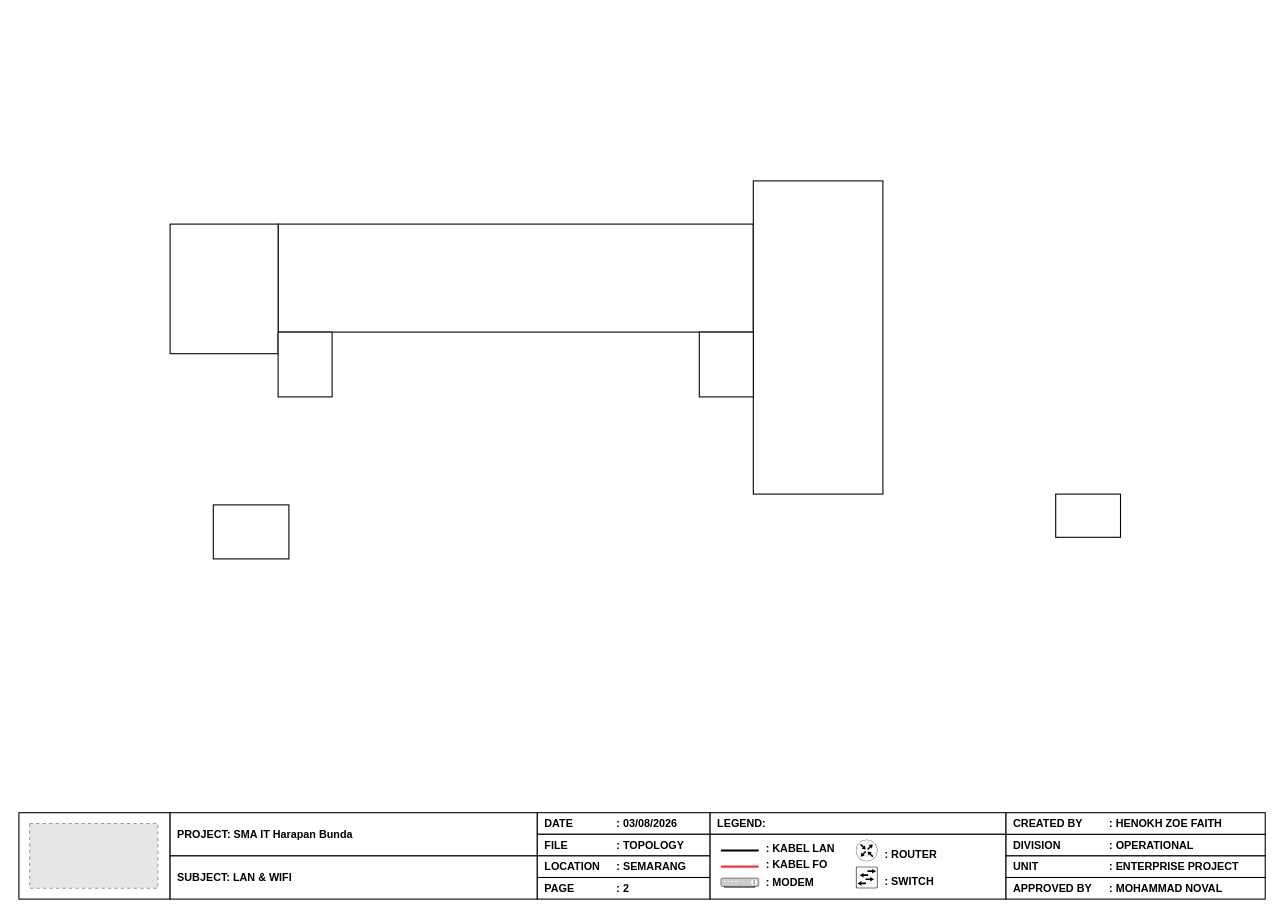
Earlier version of the draw.io diagram page "Denah" (2 of 2) of SMA IT Harapan Bunda.drawio (hnkzf/topologi-site). Source tidied: cells renumbered, new cells numbered last; positions are measured from the earlier drawing's top-left corner, leaving out a move shared by most shapes. Both pictures are drawn from the tidied source at 108%, with x=0, y=0 at pixel (18, 180). Pictures stored in the file or linked from it are replaced by grey dashed boxes.
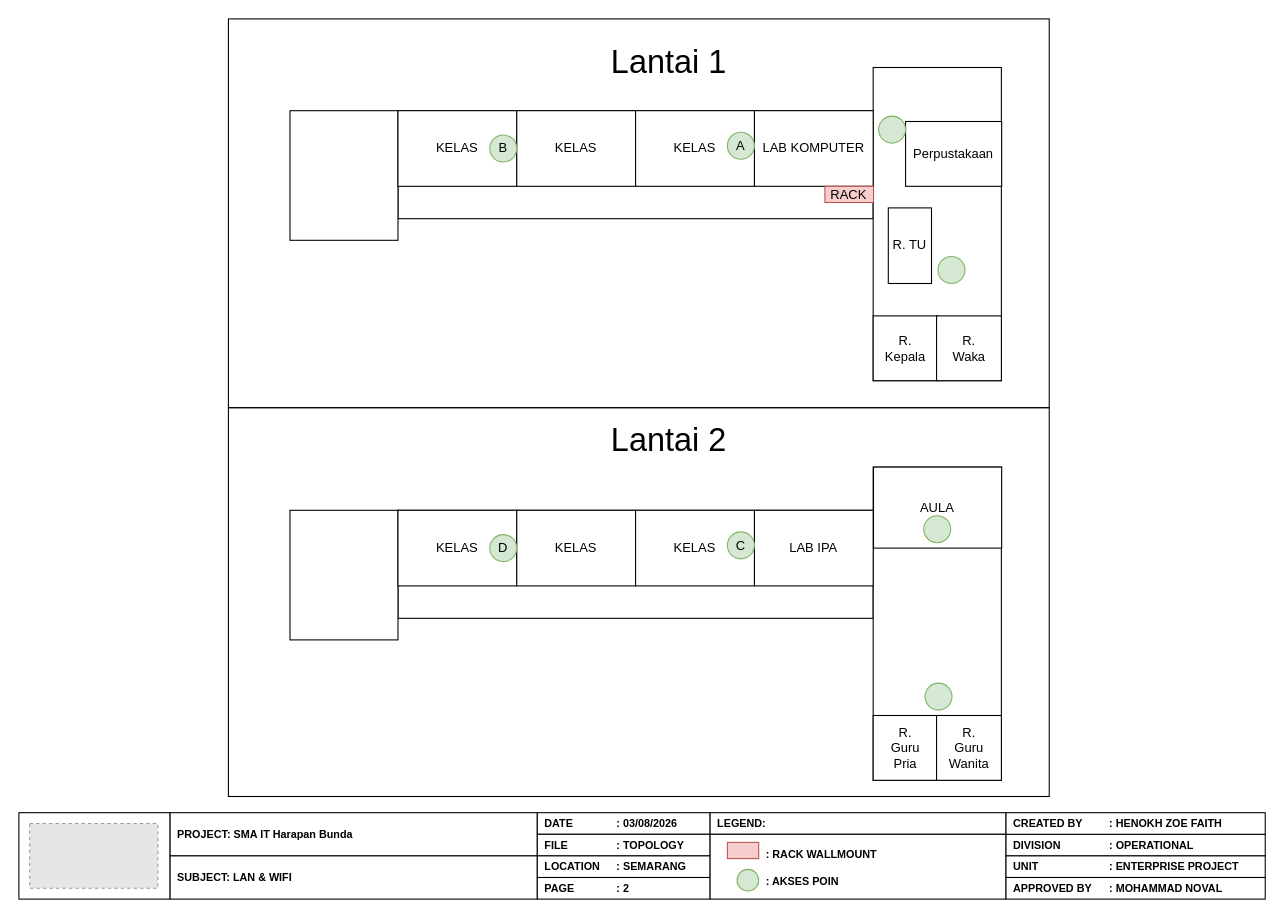
The same page after the edit.

What changed in the source:
```diff
@@
+    <mxCell id="33" style="rounded=0;whiteSpace=wrap;html=1;fillColor=none;" parent="1" vertex="1">
+      <mxGeometry x="194" y="210" width="760" height="360" as="geometry" />
+    </mxCell>
+    <mxCell id="34" style="rounded=0;whiteSpace=wrap;html=1;fillColor=none;" parent="1" vertex="1">
+      <mxGeometry x="194" y="-150" width="760" height="360" as="geometry" />
+    </mxCell>
     <mxCell id="2" style="rounded=0;whiteSpace=wrap;html=1;" parent="1" vertex="1">
-      <mxGeometry x="240" y="40" width="440" height="100" as="geometry" />
+      <mxGeometry x="351" y="-65" width="440" height="100" as="geometry" />
     </mxCell>
     <mxCell id="3" style="rounded=0;whiteSpace=wrap;html=1;" parent="1" vertex="1">
-      <mxGeometry x="680" width="120" height="290" as="geometry" />
+      <mxGeometry x="791" y="-105" width="118.7" height="290" as="geometry" />
     </mxCell>
     <mxCell id="4" style="rounded=0;whiteSpace=wrap;html=1;" parent="1" vertex="1">
-      <mxGeometry x="140" y="40" width="100" height="120" as="geometry" />
+      <mxGeometry x="251" y="-65" width="100" height="120" as="geometry" />
     </mxCell>
-    <mxCell id="5" style="rounded=0;whiteSpace=wrap;html=1;" parent="1" vertex="1">
-      <mxGeometry x="240" y="140" width="50" height="60" as="geometry" />
-    </mxCell>
-    <mxCell id="6" style="rounded=0;whiteSpace=wrap;html=1;" parent="1" vertex="1">
-      <mxGeometry x="630" y="140" width="50" height="60" as="geometry" />
-    </mxCell>
-    <mxCell id="7" style="rounded=0;whiteSpace=wrap;html=1;" parent="1" vertex="1">
-      <mxGeometry x="180" y="300" width="70" height="50" as="geometry" />
-    </mxCell>
-    <mxCell id="8" style="rounded=0;whiteSpace=wrap;html=1;" parent="1" vertex="1">
-      <mxGeometry x="960" y="290" width="60" height="40" as="geometry" />
-    </mxCell>
@@
-    <mxCell id="23" style="endArrow=none;html=1;rounded=0;strokeWidth=2;" parent="1" edge="1">
-      <mxGeometry relative="1" as="geometry">
-        <mxPoint x="650" y="620" as="sourcePoint" />
-        <mxPoint x="685" y="620" as="targetPoint" />
-      </mxGeometry>
-    </mxCell>
-    <mxCell id="24" value=": KABEL LAN" style="text;html=1;whiteSpace=wrap;strokeColor=none;fillColor=none;align=left;verticalAlign=middle;rounded=0;fontSize=10;fontStyle=1;" parent="1" vertex="1">
-      <mxGeometry x="690" y="610" width="70" height="15" as="geometry" />
+    <mxCell id="24" value=": RACK WALLMOUNT" style="text;html=1;whiteSpace=wrap;strokeColor=none;fillColor=none;align=left;verticalAlign=middle;rounded=0;fontSize=10;fontStyle=1;" parent="1" vertex="1">
+      <mxGeometry x="690" y="615" width="124" height="15" as="geometry" />
     </mxCell>
-    <mxCell id="25" value=": KABEL FO" style="text;html=1;whiteSpace=wrap;strokeColor=none;fillColor=none;align=left;verticalAlign=middle;rounded=0;fontSize=10;fontStyle=1;" parent="1" vertex="1">
-      <mxGeometry x="690" y="625" width="60" height="15" as="geometry" />
-    </mxCell>
-    <mxCell id="26" style="endArrow=none;html=1;rounded=0;strokeWidth=2;strokeColor=#FF3333;" parent="1" edge="1">
-      <mxGeometry relative="1" as="geometry">
-        <mxPoint x="650" y="635" as="sourcePoint" />
-        <mxPoint x="685" y="635" as="targetPoint" />
-      </mxGeometry>
-    </mxCell>
-    <mxCell id="27" style="sketch=0;verticalLabelPosition=middle;html=1;verticalAlign=middle;align=left;shape=mxgraph.cisco19.rect;prIcon=l2_switch;fillColor=#FAFAFA;strokeColor=#000000;fontColor=#000000;fontSize=10;labelPosition=right;" parent="1" vertex="1">
-      <mxGeometry x="775" y="635" width="20" height="20" as="geometry" />
-    </mxCell>
-    <mxCell id="28" value=": SWITCH" style="text;html=1;whiteSpace=wrap;strokeColor=none;fillColor=none;align=left;verticalAlign=middle;rounded=0;fontSize=10;fontStyle=1;" parent="1" vertex="1">
-      <mxGeometry x="800" y="640" width="50" height="15" as="geometry" />
-    </mxCell>
-    <mxCell id="29" value=": MODEM" style="text;html=1;whiteSpace=wrap;strokeColor=none;fillColor=none;align=left;verticalAlign=middle;rounded=0;fontSize=10;fontStyle=1;" parent="1" vertex="1">
-      <mxGeometry x="690" y="641" width="55" height="15" as="geometry" />
-    </mxCell>
-    <mxCell id="30" value="&lt;div&gt;&lt;br&gt;&lt;/div&gt;" style="fontColor=#000000;verticalAlign=middle;verticalLabelPosition=middle;labelPosition=right;align=left;html=1;fillColor=#CCCCCC;strokeColor=#000000;gradientColor=none;gradientDirection=north;strokeWidth=0.4;shape=mxgraph.networks.modem;fontSize=9;" parent="1" vertex="1">
-      <mxGeometry x="650" y="645.5" width="35" height="9" as="geometry" />
-    </mxCell>
-    <mxCell id="31" style="sketch=0;verticalLabelPosition=middle;html=1;verticalAlign=middle;align=left;shape=mxgraph.cisco19.rect;prIcon=router;fillColor=#FAFAFA;strokeColor=#000000;fontColor=#000000;fontSize=9;labelPosition=right;" parent="1" vertex="1">
-      <mxGeometry x="775" y="610" width="20" height="20" as="geometry" />
-    </mxCell>
-    <mxCell id="32" value=": ROUTER" style="text;html=1;whiteSpace=wrap;strokeColor=none;fillColor=none;align=left;verticalAlign=middle;rounded=0;fontSize=10;fontStyle=1;" parent="1" vertex="1">
-      <mxGeometry x="800" y="615" width="55" height="15" as="geometry" />
-    </mxCell>
+    <mxCell id="35" value="KELAS" style="rounded=0;whiteSpace=wrap;html=1;" parent="1" vertex="1">
+      <mxGeometry x="351" y="-65" width="110" height="70" as="geometry" />
+    </mxCell>
+    <mxCell id="36" value="KELAS" style="rounded=0;whiteSpace=wrap;html=1;" parent="1" vertex="1">
+      <mxGeometry x="461" y="-65" width="110" height="70" as="geometry" />
+    </mxCell>
+    <mxCell id="37" value="LAB KOMPUTER" style="rounded=0;whiteSpace=wrap;html=1;" parent="1" vertex="1">
+      <mxGeometry x="681" y="-65" width="110" height="70" as="geometry" />
+    </mxCell>
+    <mxCell id="38" value="KELAS" style="rounded=0;whiteSpace=wrap;html=1;" parent="1" vertex="1">
+      <mxGeometry x="571" y="-65" width="110" height="70" as="geometry" />
+    </mxCell>
+    <mxCell id="39" value="B" style="ellipse;whiteSpace=wrap;html=1;shapeInside=1;fillColor=#d5e8d4;strokeColor=#82b366;" parent="1" vertex="1">
+      <mxGeometry x="436" y="-42.5" width="25" height="25" as="geometry" />
+    </mxCell>
+    <mxCell id="40" value="A" style="ellipse;whiteSpace=wrap;html=1;shapeInside=1;fillColor=#d5e8d4;strokeColor=#82b366;" parent="1" vertex="1">
+      <mxGeometry x="656" y="-45" width="25" height="25" as="geometry" />
+    </mxCell>
+    <mxCell id="41" value="Perpustakaan" style="rounded=0;whiteSpace=wrap;html=1;" parent="1" vertex="1">
+      <mxGeometry x="821" y="-55" width="89" height="60" as="geometry" />
+    </mxCell>
+    <mxCell id="42" value="R. TU" style="rounded=0;whiteSpace=wrap;html=1;" parent="1" vertex="1">
+      <mxGeometry x="805" y="25" width="40" height="70" as="geometry" />
+    </mxCell>
+    <mxCell id="43" value="&lt;div&gt;R.&lt;/div&gt;&lt;div&gt;Kepala&lt;/div&gt;" style="rounded=0;whiteSpace=wrap;html=1;" parent="1" vertex="1">
+      <mxGeometry x="791" y="125" width="60" height="60" as="geometry" />
+    </mxCell>
+    <mxCell id="44" value="&lt;div&gt;R.&lt;/div&gt;&lt;div&gt;Waka&lt;/div&gt;" style="rounded=0;whiteSpace=wrap;html=1;" parent="1" vertex="1">
+      <mxGeometry x="849.7" y="125" width="60" height="60" as="geometry" />
+    </mxCell>
+    <mxCell id="45" style="ellipse;whiteSpace=wrap;html=1;shapeInside=1;fillColor=#d5e8d4;strokeColor=#82b366;" parent="1" vertex="1">
+      <mxGeometry x="796" y="-60" width="25" height="25" as="geometry" />
+    </mxCell>
+    <mxCell id="46" style="ellipse;whiteSpace=wrap;html=1;shapeInside=1;fillColor=#d5e8d4;strokeColor=#82b366;" parent="1" vertex="1">
+      <mxGeometry x="851" y="70" width="25" height="25" as="geometry" />
+    </mxCell>
+    <mxCell id="47" style="rounded=0;whiteSpace=wrap;html=1;" parent="1" vertex="1">
+      <mxGeometry x="351" y="305" width="440" height="100" as="geometry" />
+    </mxCell>
+    <mxCell id="48" style="rounded=0;whiteSpace=wrap;html=1;" parent="1" vertex="1">
+      <mxGeometry x="791" y="265" width="118.7" height="290" as="geometry" />
+    </mxCell>
+    <mxCell id="49" style="rounded=0;whiteSpace=wrap;html=1;" parent="1" vertex="1">
+      <mxGeometry x="251" y="305" width="100" height="120" as="geometry" />
+    </mxCell>
+    <mxCell id="50" value="KELAS" style="rounded=0;whiteSpace=wrap;html=1;" parent="1" vertex="1">
+      <mxGeometry x="351" y="305" width="110" height="70" as="geometry" />
+    </mxCell>
+    <mxCell id="51" value="KELAS" style="rounded=0;whiteSpace=wrap;html=1;" parent="1" vertex="1">
+      <mxGeometry x="461" y="305" width="110" height="70" as="geometry" />
+    </mxCell>
+    <mxCell id="52" value="LAB IPA" style="rounded=0;whiteSpace=wrap;html=1;" parent="1" vertex="1">
+      <mxGeometry x="681" y="305" width="110" height="70" as="geometry" />
+    </mxCell>
+    <mxCell id="53" value="KELAS" style="rounded=0;whiteSpace=wrap;html=1;" parent="1" vertex="1">
+      <mxGeometry x="571" y="305" width="110" height="70" as="geometry" />
+    </mxCell>
+    <mxCell id="54" value="D" style="ellipse;whiteSpace=wrap;html=1;shapeInside=1;fillColor=#d5e8d4;strokeColor=#82b366;" parent="1" vertex="1">
+      <mxGeometry x="436" y="327.5" width="25" height="25" as="geometry" />
+    </mxCell>
+    <mxCell id="55" value="C" style="ellipse;whiteSpace=wrap;html=1;shapeInside=1;fillColor=#d5e8d4;strokeColor=#82b366;" parent="1" vertex="1">
+      <mxGeometry x="656" y="325" width="25" height="25" as="geometry" />
+    </mxCell>
+    <mxCell id="56" value="AULA" style="rounded=0;whiteSpace=wrap;html=1;" parent="1" vertex="1">
+      <mxGeometry x="791.3" y="265" width="118.7" height="75" as="geometry" />
+    </mxCell>
+    <mxCell id="57" value="&lt;div&gt;R.&lt;/div&gt;&lt;div&gt;Guru&lt;/div&gt;&lt;div&gt;Pria&lt;/div&gt;" style="rounded=0;whiteSpace=wrap;html=1;" parent="1" vertex="1">
+      <mxGeometry x="791" y="495" width="60" height="60" as="geometry" />
+    </mxCell>
+    <mxCell id="58" value="&lt;div&gt;R.&lt;/div&gt;&lt;div&gt;Guru&lt;/div&gt;&lt;div&gt;Wanita&lt;/div&gt;" style="rounded=0;whiteSpace=wrap;html=1;" parent="1" vertex="1">
+      <mxGeometry x="849.7" y="495" width="60" height="60" as="geometry" />
+    </mxCell>
+    <mxCell id="59" style="ellipse;whiteSpace=wrap;html=1;shapeInside=1;fillColor=#d5e8d4;strokeColor=#82b366;" parent="1" vertex="1">
+      <mxGeometry x="837.8" y="310" width="25" height="25" as="geometry" />
+    </mxCell>
+    <mxCell id="60" style="ellipse;whiteSpace=wrap;html=1;shapeInside=1;fillColor=#d5e8d4;strokeColor=#82b366;" parent="1" vertex="1">
+      <mxGeometry x="839" y="465" width="25" height="25" as="geometry" />
+    </mxCell>
+    <mxCell id="61" value="Lantai 1" style="text;html=1;whiteSpace=wrap;strokeColor=none;fillColor=none;align=center;verticalAlign=middle;rounded=0;fontSize=30;" parent="1" vertex="1">
+      <mxGeometry x="529" y="-135" width="146" height="50" as="geometry" />
+    </mxCell>
+    <mxCell id="62" value="Lantai 2" style="text;html=1;whiteSpace=wrap;strokeColor=none;fillColor=none;align=center;verticalAlign=middle;rounded=0;fontSize=30;" parent="1" vertex="1">
+      <mxGeometry x="529" y="215" width="146" height="50" as="geometry" />
+    </mxCell>
+    <mxCell id="63" value="RACK" style="rounded=0;whiteSpace=wrap;html=1;fillColor=#f8cecc;strokeColor=#b85450;" parent="1" vertex="1">
+      <mxGeometry x="746.3" y="5" width="45" height="15" as="geometry" />
+    </mxCell>
+    <mxCell id="64" value=" " style="rounded=0;whiteSpace=wrap;html=1;fillColor=#f8cecc;strokeColor=#b85450;" parent="1" vertex="1">
+      <mxGeometry x="656" y="612.5" width="29" height="15" as="geometry" />
+    </mxCell>
+    <mxCell id="65" style="ellipse;whiteSpace=wrap;html=1;shapeInside=1;fillColor=#d5e8d4;strokeColor=#82b366;" parent="1" vertex="1">
+      <mxGeometry x="665" y="637.5" width="20" height="20" as="geometry" />
+    </mxCell>
+    <mxCell id="66" value=": AKSES POIN" style="text;html=1;whiteSpace=wrap;strokeColor=none;fillColor=none;align=left;verticalAlign=middle;rounded=0;fontSize=10;fontStyle=1;" parent="1" vertex="1">
+      <mxGeometry x="690" y="640" width="110" height="15" as="geometry" />
+    </mxCell>
+    <mxCell id="67" style="edgeStyle=orthogonalEdgeStyle;rounded=0;orthogonalLoop=1;jettySize=auto;html=1;innerLoopWaypoints=1;exitX=0.5;exitY=1;exitDx=0;exitDy=0;" parent="1" edge="1" source="65" target="65">
+      <mxGeometry relative="1" as="geometry" />
+    </mxCell>
```
